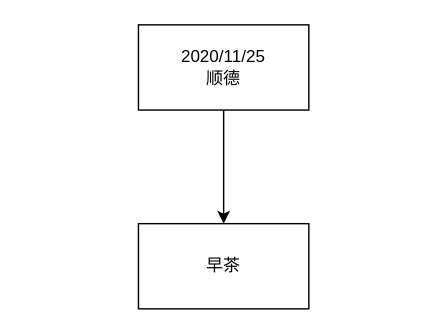
Earlier version of the draw.io diagram 走走停停.drawio (zjtone/RL-Note). Source tidied: cells renumbered, new cells numbered last; positions are measured from the earlier drawing's top-left corner, leaving out a move shared by most shapes. Both pictures are drawn from the tidied source at 142%, with x=0, y=0 at pixel (138, 24).
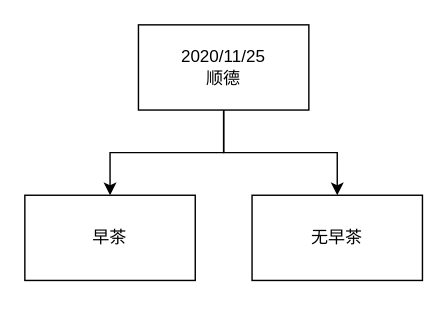
The same diagram, later.

Diff of the diagram source:
```diff
@@
 <mxGraphModel>
   <root>
     <mxCell id="0" />
     <mxCell id="1" parent="0" />
     <mxCell id="2" style="edgeStyle=orthogonalEdgeStyle;rounded=0;jettySize=auto;html=1;" parent="1" edge="1" source="3" target="4">
       <mxGeometry relative="1" as="geometry" />
     </mxCell>
+    <mxCell id="5" style="edgeStyle=orthogonalEdgeStyle;rounded=0;jettySize=auto;html=1;entryX=0.5;entryY=0;entryDx=0;entryDy=0;" parent="1" edge="1" source="3" target="6">
+      <mxGeometry relative="1" as="geometry" />
+    </mxCell>
     <mxCell id="3" value="2020/11/25&lt;br&gt;顺德" style="rounded=0;whiteSpace=wrap;html=1;" parent="1" vertex="1">
       <mxGeometry width="120" height="60" as="geometry" />
     </mxCell>
     <mxCell id="4" value="早茶" style="whiteSpace=wrap;html=1;rounded=0;" parent="1" vertex="1">
-      <mxGeometry y="140" width="120" height="60" as="geometry" />
+      <mxGeometry x="-80" y="120" width="120" height="60" as="geometry" />
     </mxCell>
+    <mxCell id="6" value="无早茶" style="rounded=0;whiteSpace=wrap;html=1;" parent="1" vertex="1">
+      <mxGeometry x="80" y="120" width="120" height="60" as="geometry" />
+    </mxCell>
   </root>
 </mxGraphModel>
```
